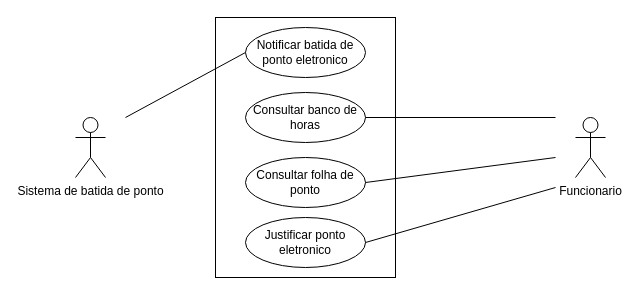
Earlier version of the draw.io diagram page "RH - sistema registro de ponto v2" (3 of 6) of diagramas.drawio.xml (LMoraes7/sistema_rh). Source tidied: cells renumbered, new cells numbered last; positions are measured from the earlier drawing's top-left corner, leaving out a move shared by most shapes. Both pictures are drawn from the tidied source at 100%, with x=0, y=0 at pixel (75, 17).
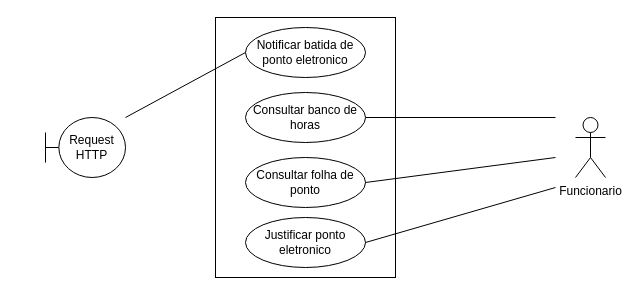
Above is the later version.

Change to the diagram source:
```diff
@@
 <mxGraphModel>
   <root>
     <mxCell id="0" />
     <mxCell id="1" parent="0" />
     <mxCell id="2" style="rounded=0;whiteSpace=wrap;html=1;" parent="1" vertex="1">
       <mxGeometry x="140" width="180" height="260" as="geometry" />
     </mxCell>
-    <mxCell id="3" value="Sistema de batida de ponto" style="shape=umlActor;verticalLabelPosition=bottom;verticalAlign=top;html=1;" parent="1" vertex="1">
-      <mxGeometry y="100" width="30" height="60" as="geometry" />
-    </mxCell>
     <mxCell id="4" value="Notificar batida de ponto eletronico" style="ellipse;whiteSpace=wrap;html=1;" parent="1" vertex="1">
       <mxGeometry x="170" y="10" width="120" height="50" as="geometry" />
     </mxCell>
     <mxCell id="5" value="Justificar ponto eletronico" style="ellipse;whiteSpace=wrap;html=1;" parent="1" vertex="1">
       <mxGeometry x="170" y="200" width="120" height="50" as="geometry" />
     </mxCell>
     <mxCell id="6" value="Funcionario" style="shape=umlActor;verticalLabelPosition=bottom;verticalAlign=top;html=1;" parent="1" vertex="1">
       <mxGeometry x="500" y="100" width="30" height="60" as="geometry" />
     </mxCell>
     <mxCell id="7" value="Consultar banco de horas" style="ellipse;whiteSpace=wrap;html=1;" parent="1" vertex="1">
       <mxGeometry x="170" y="75" width="120" height="50" as="geometry" />
     </mxCell>
     <mxCell id="8" value="Consultar folha de ponto" style="ellipse;whiteSpace=wrap;html=1;" parent="1" vertex="1">
       <mxGeometry x="170" y="140" width="120" height="50" as="geometry" />
     </mxCell>
     <mxCell id="9" style="endArrow=none;html=1;rounded=0;entryX=0;entryY=0.5;entryDx=0;entryDy=0;" parent="1" edge="1" target="4">
       <mxGeometry relative="1" as="geometry">
         <mxPoint x="50" y="100" as="sourcePoint" />
       </mxGeometry>
     </mxCell>
     <mxCell id="10" style="endArrow=none;html=1;rounded=0;exitX=1;exitY=0.5;exitDx=0;exitDy=0;" parent="1" edge="1" source="7">
       <mxGeometry relative="1" as="geometry">
         <mxPoint x="480" y="100" as="targetPoint" />
       </mxGeometry>
     </mxCell>
     <mxCell id="11" style="endArrow=none;html=1;rounded=0;exitX=1;exitY=0.5;exitDx=0;exitDy=0;" parent="1" edge="1" source="8">
       <mxGeometry relative="1" as="geometry">
         <mxPoint x="480" y="140" as="targetPoint" />
       </mxGeometry>
     </mxCell>
     <mxCell id="12" style="endArrow=none;html=1;rounded=0;exitX=1;exitY=0.5;exitDx=0;exitDy=0;" parent="1" edge="1" source="5">
       <mxGeometry relative="1" as="geometry">
         <mxPoint x="480" y="170" as="targetPoint" />
       </mxGeometry>
     </mxCell>
+    <mxCell id="13" value="Request HTTP" style="shape=umlBoundary;whiteSpace=wrap;html=1;" parent="1" vertex="1">
+      <mxGeometry x="-30" y="100" width="80" height="60" as="geometry" />
+    </mxCell>
   </root>
 </mxGraphModel>
```
